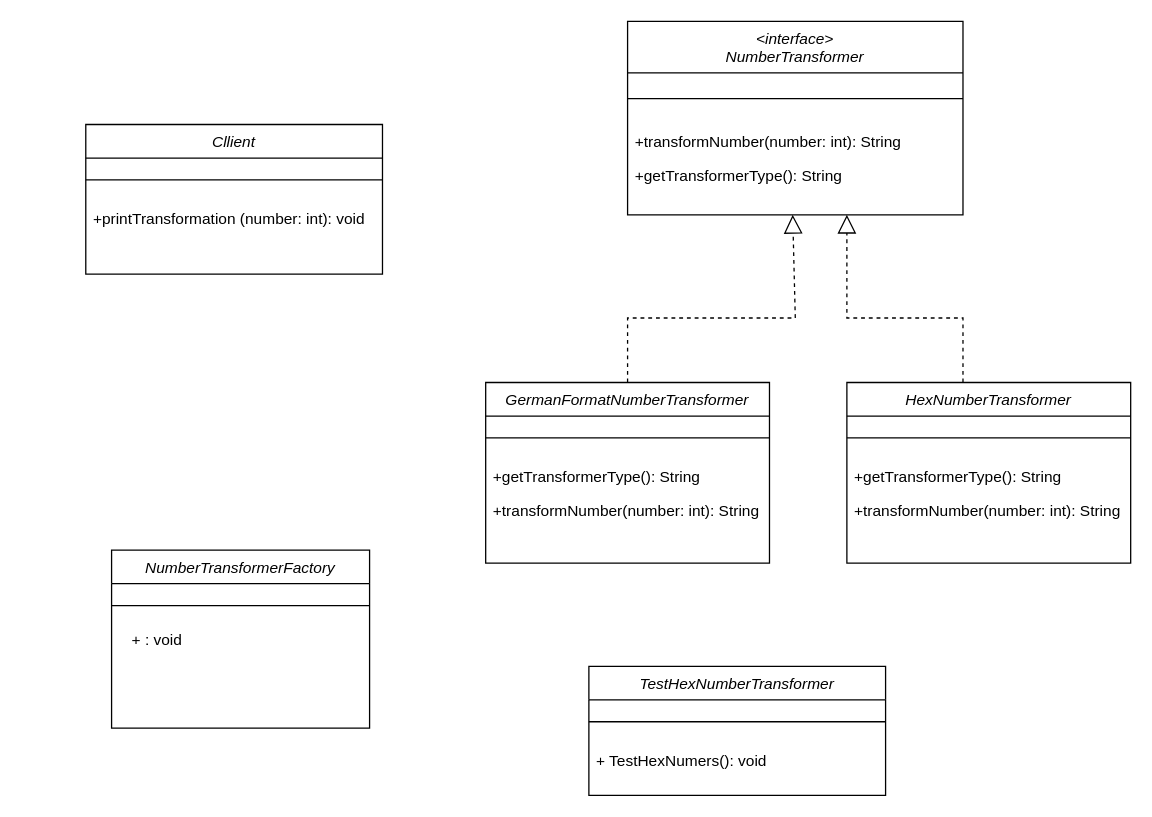
Above: Uebung1/UML_Uebung1.drawio in Software-Engineering-Team-HBRS/uebungsaufgaben (draw.io), before the change. Source tidied: cells renumbered, new cells numbered last; positions are measured from the earlier drawing's top-left corner, leaving out a move shared by most shapes. Both pictures are drawn from the tidied source at 129%, with x=0, y=0 at pixel (85, 21).
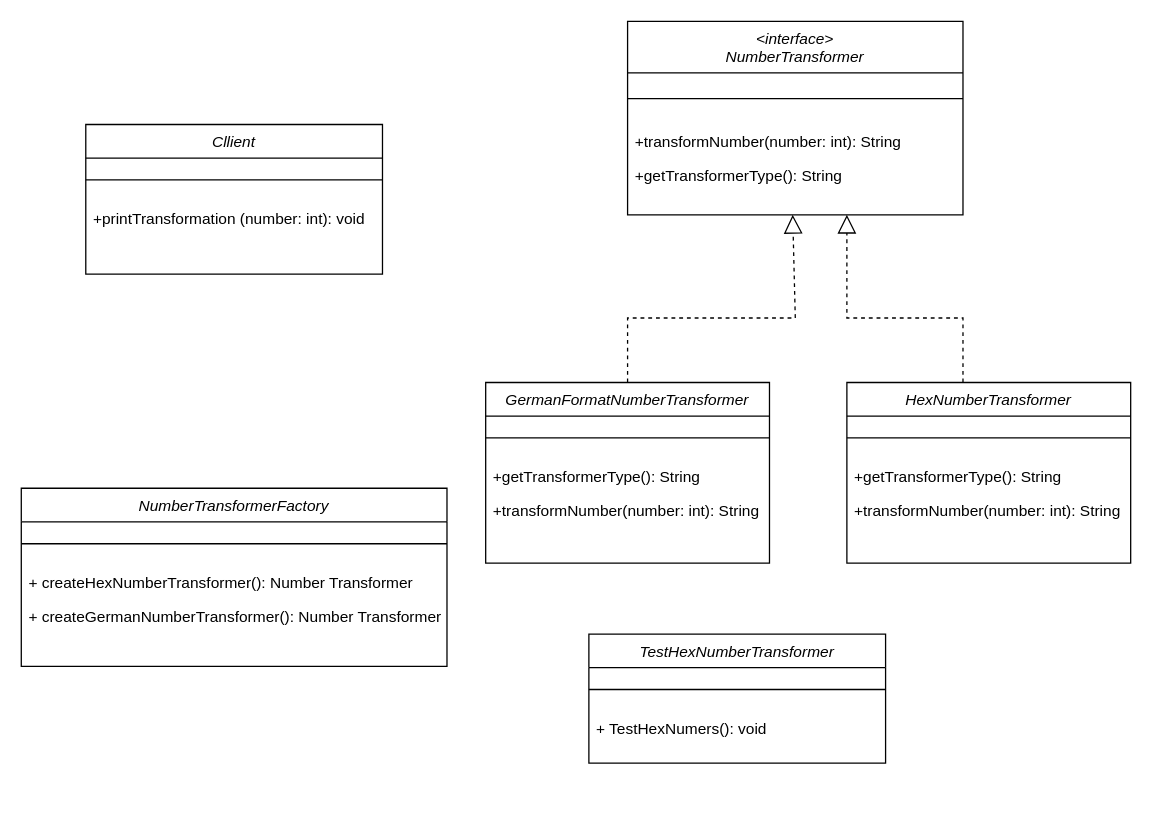
The same diagram, later.

Change to the diagram source:
```diff
@@
     <mxCell id="5" value="NumberTransformerFactory" style="swimlane;fontStyle=2;align=center;verticalAlign=top;horizontal=1;startSize=26;rounded=0;shadow=0;strokeWidth=1;" parent="1" vertex="1">
-      <mxGeometry x="20" y="410" width="200" height="138" as="geometry" />
+      <mxGeometry x="-50" y="362" width="330" height="138" as="geometry" />
     </mxCell>
     <mxCell id="6" style="line;html=1;strokeWidth=1;align=left;verticalAlign=middle;spacingTop=-1;spacingLeft=3;spacingRight=3;labelPosition=right;" parent="5" vertex="1">
-      <mxGeometry y="26" width="200" height="34" as="geometry" />
+      <mxGeometry y="26" width="330" height="34" as="geometry" />
     </mxCell>
+    <mxCell id="25" value="+ createHexNumberTransformer(): Number Transformer" style="text;align=left;verticalAlign=top;spacingLeft=4;spacingRight=4;overflow=hidden;" parent="5" vertex="1">
+      <mxGeometry y="60" width="330" height="26" as="geometry" />
+    </mxCell>
+    <mxCell id="24" value="+ createGermanNumberTransformer(): Number Transformer" style="text;align=left;verticalAlign=top;spacingLeft=4;spacingRight=4;overflow=hidden;" parent="5" vertex="1">
+      <mxGeometry y="86" width="330" height="26" as="geometry" />
+    </mxCell>
@@
     <mxCell id="21" value="TestHexNumberTransformer" style="swimlane;fontStyle=2;align=center;verticalAlign=top;horizontal=1;startSize=26;rounded=0;shadow=0;strokeWidth=1;" parent="1" vertex="1">
-      <mxGeometry x="390" y="500" width="230" height="100" as="geometry" />
+      <mxGeometry x="390" y="475" width="230" height="100" as="geometry" />
     </mxCell>
@@
-    <mxCell id="24" value="+ : void" style="text;align=left;verticalAlign=top;spacingLeft=4;spacingRight=4;overflow=hidden;" parent="1" vertex="1">
-      <mxGeometry x="30" y="466" width="230" height="26" as="geometry" />
-    </mxCell>
```
